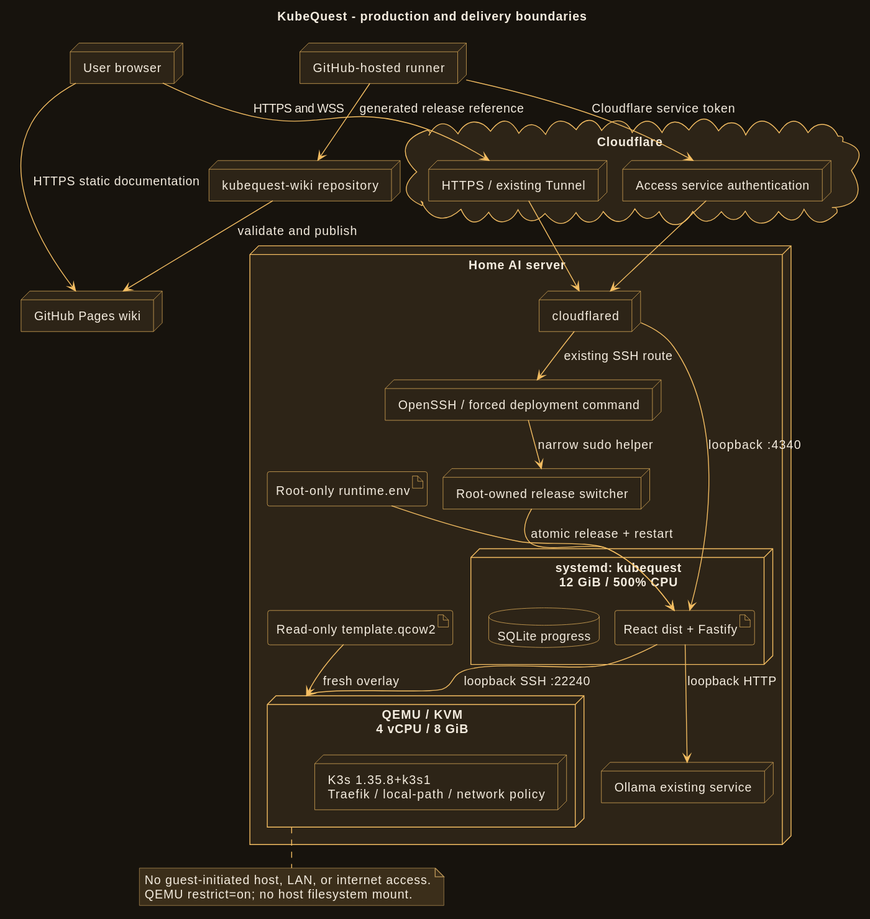
This is diagrams/deployment.svg from ramideltoro/kubequest-wiki, a PlantUML export, as it was before one commit. Its source is kept beside it as diagrams/deployment.puml. Its diagram source:
```plantuml
@startuml
!pragma layout smetana
skinparam backgroundColor #17130D
skinparam defaultFontName SansSerif
skinparam defaultFontSize 14
skinparam defaultFontColor #F4ECDF
skinparam shadowing false
skinparam ArrowColor #F3BD62
skinparam LineColor #F3BD62
skinparam BorderColor #F3BD62
skinparam defaultBackgroundColor #2D2417
skinparam classBackgroundColor #2D2417
skinparam classBorderColor #F3BD62
skinparam classFontColor #F4ECDF
skinparam componentBackgroundColor #2D2417
skinparam componentBorderColor #F3BD62
skinparam componentFontColor #F4ECDF
skinparam nodeBackgroundColor #2D2417
skinparam nodeBorderColor #F3BD62
skinparam nodeFontColor #F4ECDF
skinparam packageBackgroundColor #2D2417
skinparam packageBorderColor #F3BD62
skinparam packageFontColor #F4ECDF
skinparam rectangleBackgroundColor #2D2417
skinparam rectangleBorderColor #F3BD62
skinparam rectangleFontColor #F4ECDF
skinparam databaseBackgroundColor #2D2417
skinparam databaseBorderColor #F3BD62
skinparam databaseFontColor #F4ECDF
skinparam cloudBackgroundColor #2D2417
skinparam cloudBorderColor #F3BD62
skinparam cloudFontColor #F4ECDF
skinparam artifactBackgroundColor #2D2417
skinparam artifactBorderColor #F3BD62
skinparam artifactFontColor #F4ECDF
skinparam objectBackgroundColor #2D2417
skinparam objectBorderColor #F3BD62
skinparam objectFontColor #F4ECDF
skinparam stateBackgroundColor #2D2417
skinparam stateBorderColor #F3BD62
skinparam stateFontColor #F4ECDF
skinparam activityBackgroundColor #2D2417
skinparam activityBorderColor #F3BD62
skinparam activityFontColor #F4ECDF
skinparam actorBackgroundColor #2D2417
skinparam actorBorderColor #F3BD62
skinparam actorFontColor #F4ECDF
skinparam usecaseBackgroundColor #2D2417
skinparam usecaseBorderColor #F3BD62
skinparam usecaseFontColor #F4ECDF
skinparam interfaceBackgroundColor #2D2417
skinparam interfaceBorderColor #F3BD62
skinparam interfaceFontColor #F4ECDF
skinparam participantBackgroundColor #2D2417
skinparam participantBorderColor #F3BD62
skinparam participantFontColor #F4ECDF
skinparam classAttributeIconSize 0
skinparam NoteBackgroundColor #3B2E1A
skinparam NoteBorderColor #BB9658
skinparam NoteFontColor #F4ECDF
skinparam sequenceLifeLineBorderColor #BB9658
skinparam sequenceLifeLineBackgroundColor #221C13
skinparam sequenceGroupBackgroundColor #221C13
skinparam sequenceGroupHeaderFontColor #F4ECDF
skinparam sequenceGroupBodyBackgroundColor #221C13
skinparam sequenceDividerBackgroundColor #2D2417
skinparam sequenceDividerFontColor #F4ECDF
skinparam activityDiamondBackgroundColor #3B2E1A
skinparam activityStartColor #F3BD62
skinparam activityEndColor #F3BD62
title KubeQuest - production and delivery boundaries
node "User browser" as Browser
cloud "Cloudflare" {
 node "HTTPS / existing Tunnel" as Tunnel
 node "Access service authentication" as Access
}
node "GitHub-hosted runner" as Runner
node "kubequest-wiki repository" as WikiRepo
node "GitHub Pages wiki" as Pages
node "Home AI server" as Host {
 node "cloudflared" as CF
 node "OpenSSH / forced deployment command" as SSH
 node "Root-owned release switcher" as Switch
 node "systemd: kubequest\n12 GiB / 500% CPU" as Portal {
  artifact "React dist + Fastify" as App
  database "SQLite progress" as DB
 }
 node "QEMU / KVM\n4 vCPU / 8 GiB" as VM {
  node "K3s 1.35.8+k3s1\nTraefik / local-path / network policy" as Cluster
 }
 node "Ollama existing service" as AI
 artifact "Root-only runtime.env" as Env
 artifact "Read-only template.qcow2" as Template
}
Browser --> Pages : HTTPS static documentation
Runner --> WikiRepo : generated release reference
WikiRepo --> Pages : validate and publish
Browser --> Tunnel : HTTPS and WSS
Tunnel --> CF
CF --> App : loopback :4340
Runner --> Access : Cloudflare service token
Access --> CF
CF --> SSH : existing SSH route
SSH --> Switch : narrow sudo helper
Switch --> App : atomic release + restart
Env --> App
App --> VM : loopback SSH :22240
Template --> VM : fresh overlay
App --> AI : loopback HTTP
note bottom of VM
No guest-initiated host, LAN, or internet access.
QEMU restrict=on; no host filesystem mount.
end note
@enduml
```
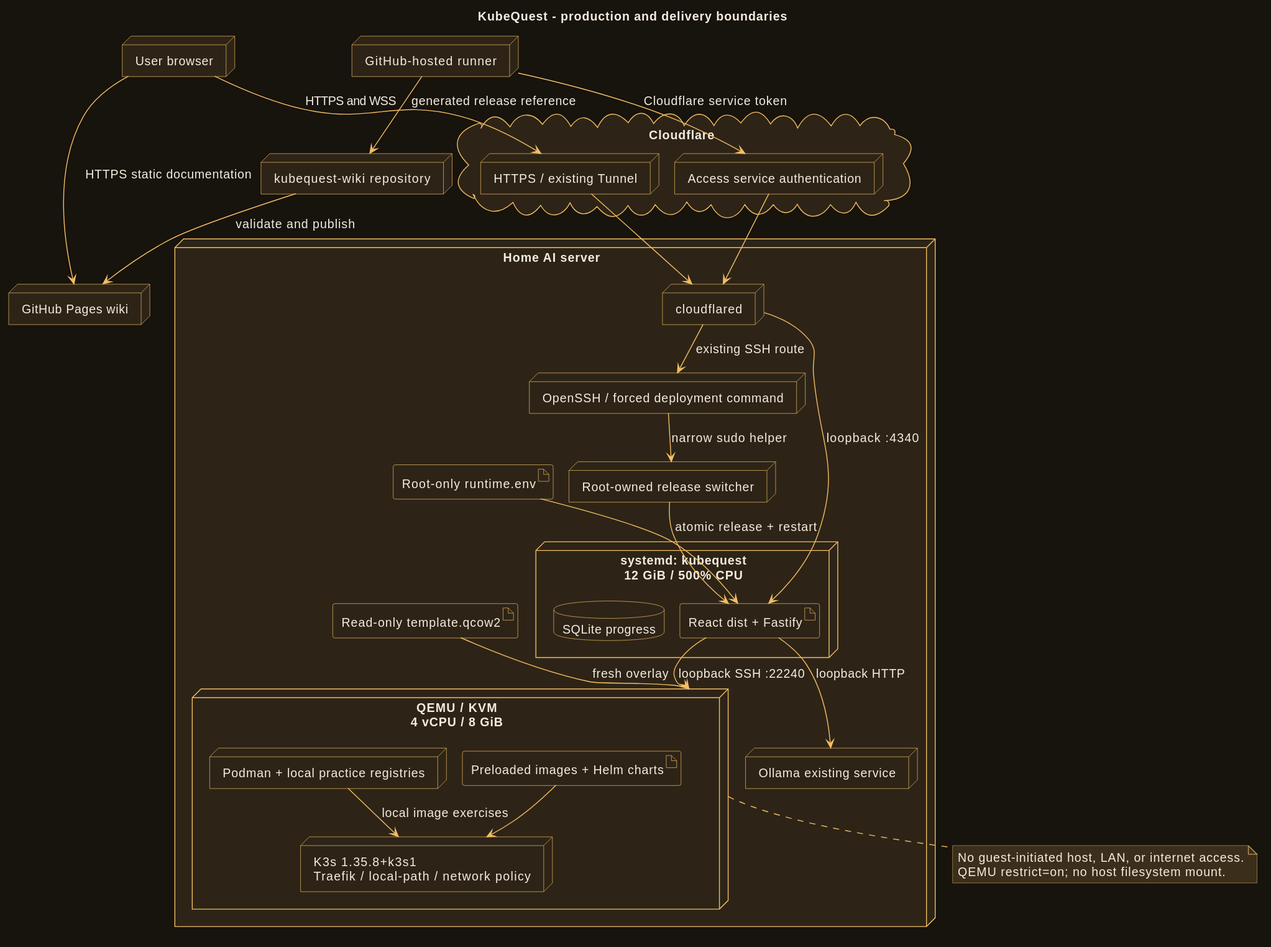
After the commit.

The edit, as a diff of the source:
```diff
@@ -87,6 +87,10 @@
  }
  node "QEMU / KVM\n4 vCPU / 8 GiB" as VM {
   node "K3s 1.35.8+k3s1\nTraefik / local-path / network policy" as Cluster
+  artifact "Preloaded images + Helm charts" as Fixtures
+  node "Podman + local practice registries" as Containers
+  Fixtures --> Cluster
+  Containers --> Cluster : local image exercises
  }
  node "Ollama existing service" as AI
  artifact "Root-only runtime.env" as Env
```
